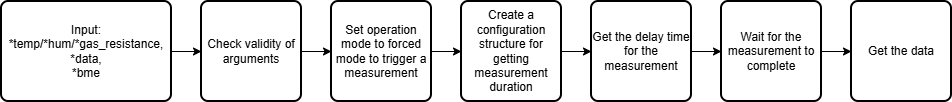
embedded-purdue/BerryWeather_software keeps this draw.io diagram as esp32_skeleton/components/bme688/images/data_diagrams.drawio.png. Above is the earlier version. Source tidied: cells renumbered, new cells last; positions are measured from the earlier drawing's top-left corner, leaving out a move shared by most shapes.
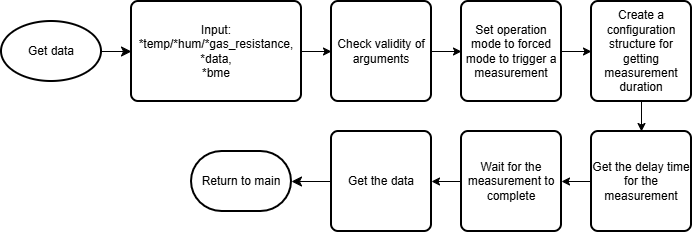
The same file after the commit.

Commit message:
data collection flow diagram changed

Diff of the diagram source:
```diff
@@ -30,16 +30,28 @@
       <mxGeometry relative="1" as="geometry" />
     </mxCell>
     <mxCell id="11" value="Get the delay time for the measurement" style="rounded=1;whiteSpace=wrap;html=1;absoluteArcSize=1;arcSize=14;strokeWidth=2;" parent="1" vertex="1">
-      <mxGeometry x="590" width="100" height="100" as="geometry" />
+      <mxGeometry x="460" y="130" width="100" height="100" as="geometry" />
     </mxCell>
     <mxCell id="12" style="edgeStyle=orthogonalEdgeStyle;rounded=0;jettySize=auto;html=1;" parent="1" edge="1" source="13" target="14">
       <mxGeometry relative="1" as="geometry" />
     </mxCell>
     <mxCell id="13" value="Wait for the measurement to complete" style="rounded=1;whiteSpace=wrap;html=1;absoluteArcSize=1;arcSize=14;strokeWidth=2;" parent="1" vertex="1">
-      <mxGeometry x="720" width="100" height="100" as="geometry" />
+      <mxGeometry x="330" y="130" width="100" height="100" as="geometry" />
     </mxCell>
     <mxCell id="14" value="Get the data" style="rounded=1;whiteSpace=wrap;html=1;absoluteArcSize=1;arcSize=14;strokeWidth=2;" parent="1" vertex="1">
-      <mxGeometry x="850" width="100" height="100" as="geometry" />
+      <mxGeometry x="200" y="130" width="100" height="100" as="geometry" />
     </mxCell>
+    <mxCell id="15" style="edgeStyle=none;curved=1;rounded=0;jettySize=auto;html=1;exitX=1;exitY=0.5;exitDx=0;exitDy=0;exitPerimeter=0;entryX=0;entryY=0.5;entryDx=0;entryDy=0;fontSize=12;startSize=8;endSize=8;" parent="1" edge="1" source="16" target="3">
+      <mxGeometry relative="1" as="geometry" />
+    </mxCell>
+    <mxCell id="16" value="Get data" style="strokeWidth=2;html=1;shape=mxgraph.flowchart.start_1;whiteSpace=wrap;" parent="1" vertex="1">
+      <mxGeometry x="-130" y="20" width="100" height="60" as="geometry" />
+    </mxCell>
+    <mxCell id="17" value="Return to main" style="strokeWidth=2;html=1;shape=mxgraph.flowchart.terminator;whiteSpace=wrap;" parent="1" vertex="1">
+      <mxGeometry x="60" y="150" width="100" height="60" as="geometry" />
+    </mxCell>
+    <mxCell id="18" style="edgeStyle=none;curved=1;rounded=0;jettySize=auto;html=1;exitX=0;exitY=0.5;exitDx=0;exitDy=0;entryX=1;entryY=0.5;entryDx=0;entryDy=0;entryPerimeter=0;fontSize=12;startSize=8;endSize=8;" parent="1" edge="1" source="14" target="17">
+      <mxGeometry relative="1" as="geometry" />
+    </mxCell>
   </root>
 </mxGraphModel>
```
